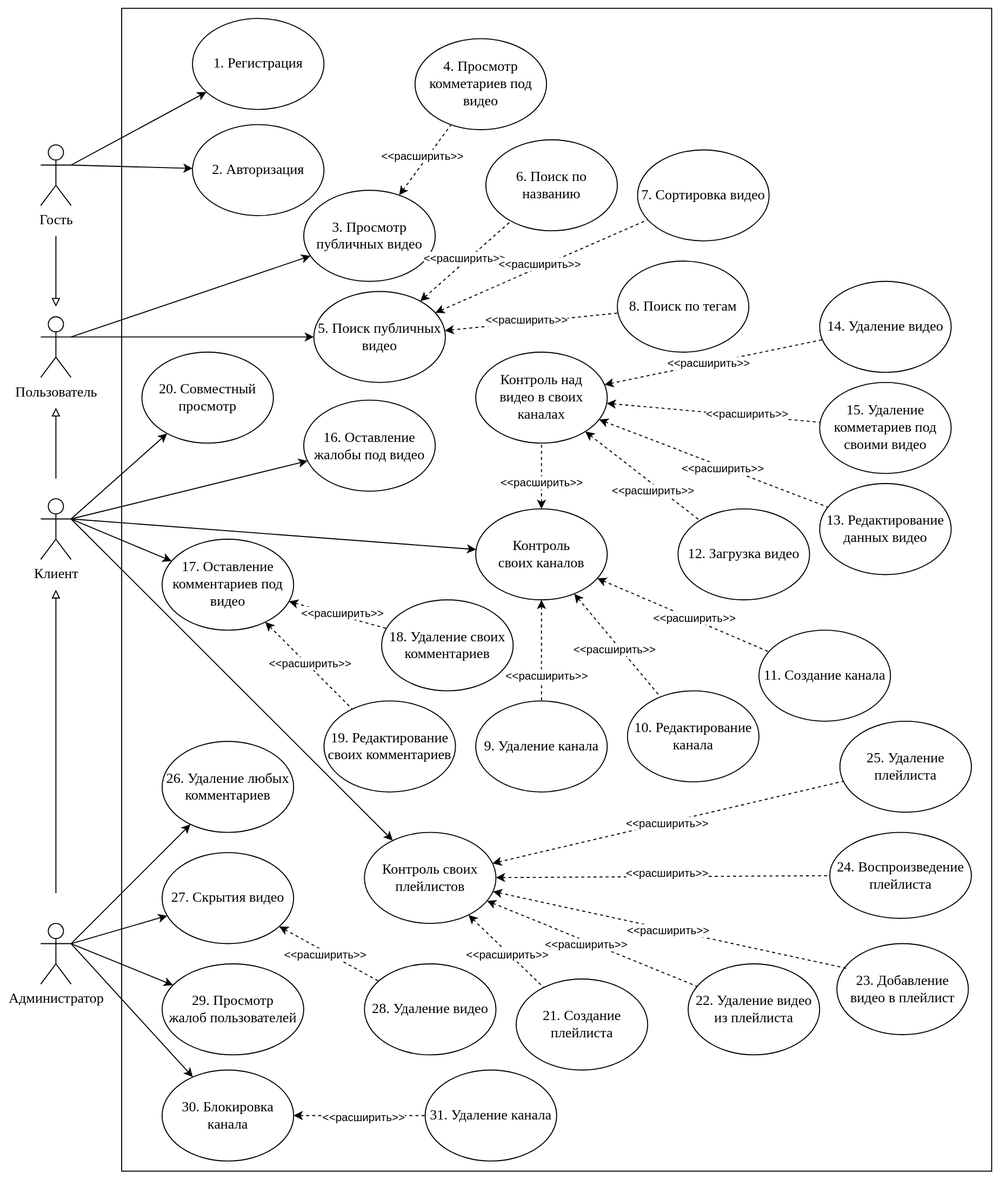
Above: USECASE.drawio.svg in DioMain/BYTUBE (draw.io), before the change. Source tidied: cells renumbered, new cells last; positions are measured from the earlier drawing's top-left corner, leaving out a move shared by most shapes.
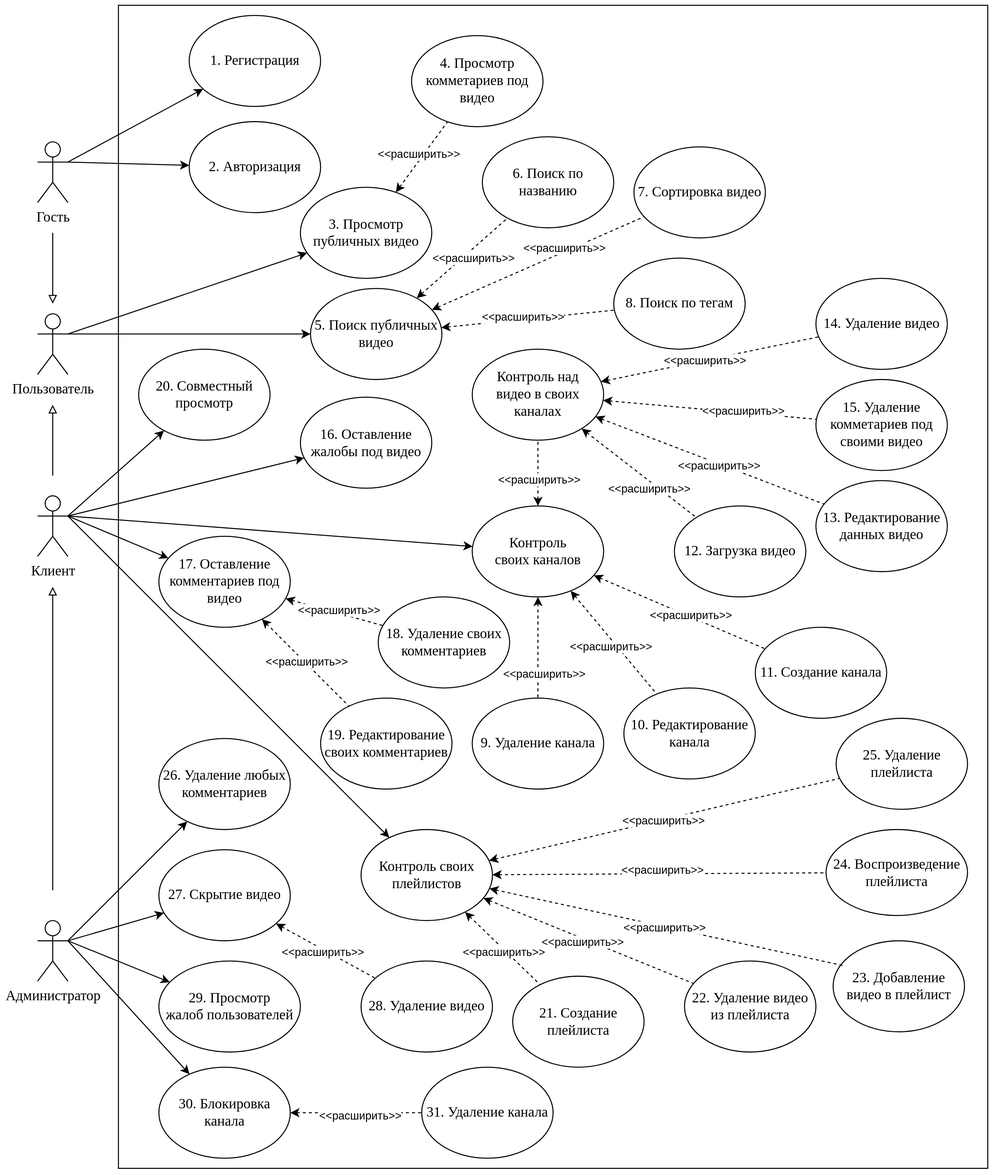
Above is the later version.

Change to the diagram source:
```diff
@@ -88,7 +88,7 @@
     </mxCell>
     <mxCell id="27" value="&amp;lt;&amp;lt;расширить&amp;gt;&amp;gt;" style="edgeLabel;html=1;align=center;verticalAlign=middle;fontFamily=Helvetica;fontSize=11;fontColor=default;labelBackgroundColor=default;" parent="26" vertex="1">
       <mxGeometry y="3" relative="1" as="geometry">
-        <mxPoint y="-1" as="offset" />
+        <mxPoint x="12" y="2" as="offset" />
       </mxGeometry>
     </mxCell>
     <mxCell id="28" style="edgeStyle=none;shape=connector;rounded=0;jettySize=auto;html=1;dashed=1;strokeColor=default;align=center;verticalAlign=middle;fontFamily=Helvetica;fontSize=11;fontColor=default;labelBackgroundColor=default;startArrow=classic;startFill=1;endArrow=none;endFill=0;" parent="1" edge="1" source="32" target="41">
@@ -101,7 +101,9 @@
       <mxGeometry relative="1" as="geometry" />
     </mxCell>
     <mxCell id="31" value="&amp;lt;&amp;lt;расширить&amp;gt;&amp;gt;" style="edgeLabel;html=1;align=center;verticalAlign=middle;fontFamily=Helvetica;fontSize=11;fontColor=default;labelBackgroundColor=default;" parent="30" vertex="1">
-      <mxGeometry x="-0.01" y="3" relative="1" as="geometry" />
+      <mxGeometry x="-0.01" y="3" relative="1" as="geometry">
+        <mxPoint x="28" y="-13" as="offset" />
+      </mxGeometry>
     </mxCell>
     <mxCell id="32" value="5. Поиск публичных видео" style="ellipse;whiteSpace=wrap;html=1;fontFamily=Times New Roman;fontSize=14;" parent="1" vertex="1">
       <mxGeometry x="270" y="280" width="130" height="90" as="geometry" />
@@ -118,7 +120,7 @@
     <mxCell id="36" value="&amp;lt;&amp;lt;расширить&amp;gt;&amp;gt;" style="edgeLabel;html=1;align=center;verticalAlign=middle;fontFamily=Helvetica;fontSize=11;fontColor=default;labelBackgroundColor=default;" parent="35" vertex="1">
       <mxGeometry x="-0.06" y="-2" relative="1" as="geometry" />
     </mxCell>
-    <mxCell id="37" value="&lt;span style=&quot;font-size: 14px; font-family: &amp;quot;Times New Roman&amp;quot;, serif;&quot;&gt;27. Скрытия видео&lt;/span&gt;" style="ellipse;whiteSpace=wrap;html=1;fontFamily=Times New Roman;fontSize=14;" parent="1" vertex="1">
+    <mxCell id="37" value="&lt;span style=&quot;font-size: 14px; font-family: &amp;quot;Times New Roman&amp;quot;, serif;&quot;&gt;27. Скрытие видео&lt;/span&gt;" style="ellipse;whiteSpace=wrap;html=1;fontFamily=Times New Roman;fontSize=14;" parent="1" vertex="1">
       <mxGeometry x="120" y="835" width="130" height="90" as="geometry" />
     </mxCell>
     <mxCell id="38" value="&lt;span style=&quot;font-size: 14px; font-family: &amp;quot;Times New Roman&amp;quot;, serif;&quot;&gt;29. Просмотр&lt;br style=&quot;font-size: 14px;&quot;&gt;жалоб&amp;nbsp;&lt;/span&gt;&lt;span style=&quot;font-family: &amp;quot;Times New Roman&amp;quot;, serif; background-color: initial;&quot;&gt;пользователей&lt;/span&gt;" style="ellipse;whiteSpace=wrap;html=1;fontFamily=Times New Roman;fontSize=14;" parent="1" vertex="1">
```
